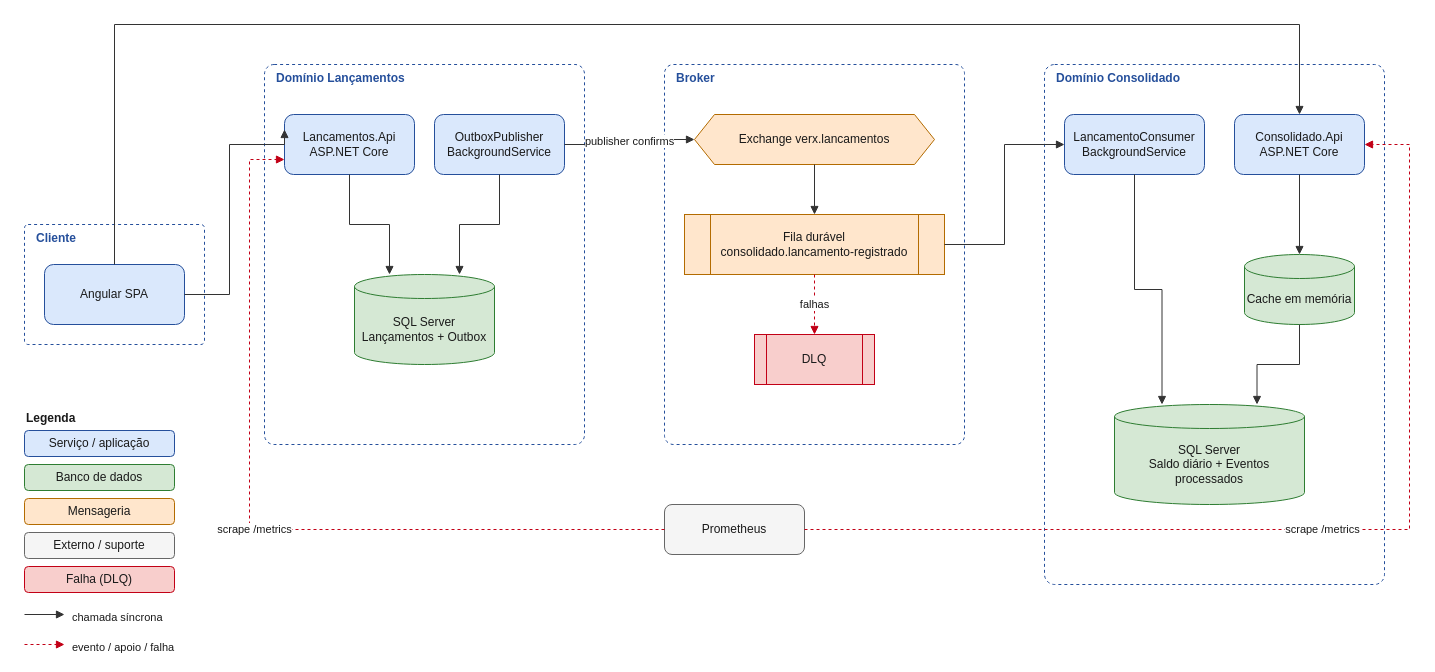
Above: page "2.2 Containers (C4 nível 2)" (2 of 4) of docs/diagramas/arquitetura-alvo.drawio in AugustinhoCelestino/verx (draw.io), before the change. Source tidied: cells renumbered, new cells numbered last; positions are measured from the earlier drawing's top-left corner, leaving out a move shared by most shapes. Both pictures are drawn from the tidied source at 100%, with x=0, y=0 at pixel (24, 24).
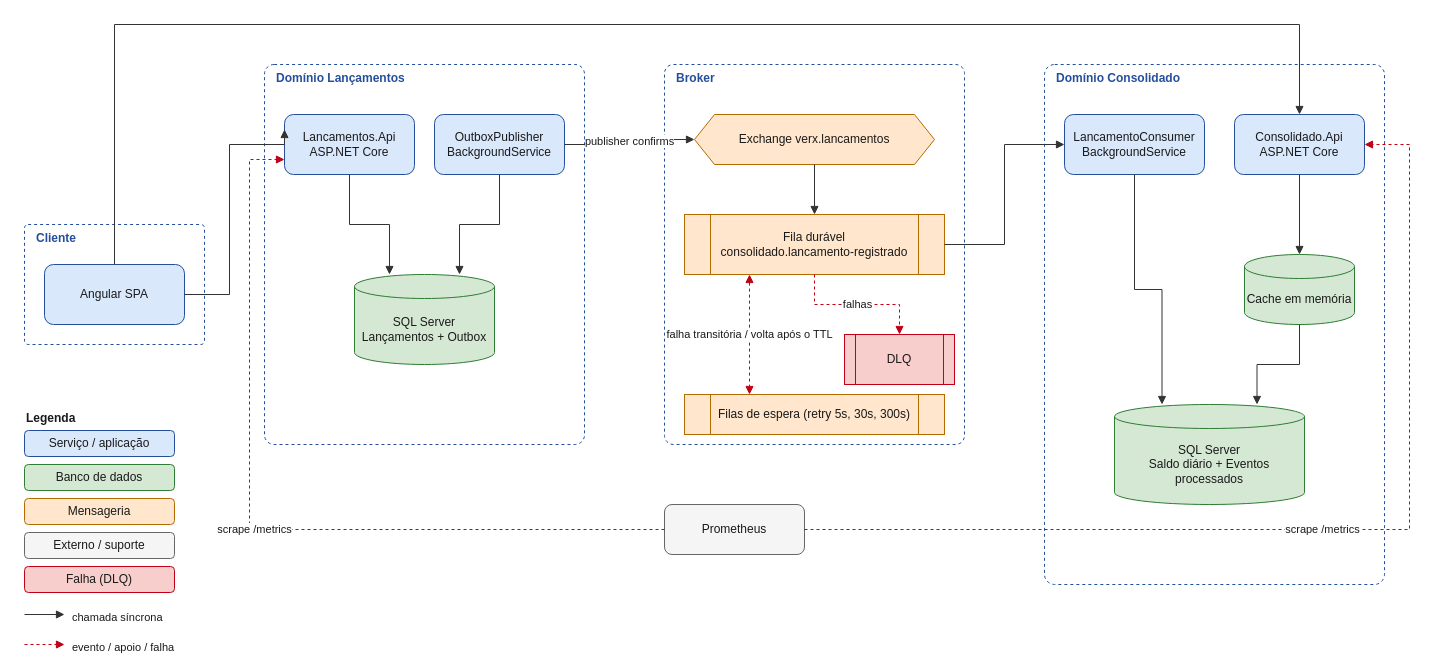
After the change.

The change refers to these unchanged cells:
```xml
<mxCell id="11" value="Fila durável&lt;br&gt;consolidado.lancamento-registrado" style="shape=process;whiteSpace=wrap;html=1;backgroundOutline=1;fillColor=#FFE6CC;strokeColor=#B36B00;fontColor=#1A1A1A;" parent="1" vertex="1">
  <mxGeometry x="660" y="190" width="260" height="60" as="geometry" />
</mxCell>
```

What changed in the source:
```diff
@@
     <mxCell id="12" value="DLQ" style="shape=process;whiteSpace=wrap;html=1;backgroundOutline=1;fillColor=#F8CECC;strokeColor=#C20016;fontColor=#1A1A1A;" parent="1" vertex="1">
-      <mxGeometry x="730" y="310" width="120" height="50" as="geometry" />
+      <mxGeometry x="820" y="310" width="110" height="50" as="geometry" />
     </mxCell>
+    <mxCell id="41" value="Filas de espera (retry 5s, 30s, 300s)" style="shape=process;whiteSpace=wrap;html=1;backgroundOutline=1;fillColor=#FFE6CC;strokeColor=#B36B00;fontColor=#1A1A1A;" parent="1" vertex="1">
+      <mxGeometry x="660" y="370" width="260" height="40" as="geometry" />
+    </mxCell>
+    <mxCell id="42" value="falha transitória / volta após o TTL" style="endArrow=block;endFill=1;startArrow=block;startFill=1;html=1;strokeColor=#C20016;fontColor=#1A1A1A;labelBackgroundColor=#FFFFFF;edgeStyle=orthogonalEdgeStyle;rounded=0;dashed=1;exitX=0.25;exitY=1;entryX=0.25;entryY=0;" parent="1" edge="1" source="11" target="41">
+      <mxGeometry relative="1" as="geometry" />
+    </mxCell>
```
